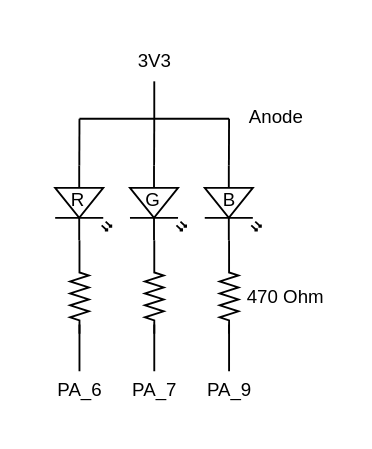
Above: Report/diagrams/RGB_circuit.drawio in Estelamb/NEST_ASP (draw.io), before the change. Source tidied: cells renumbered, new cells numbered last; positions are measured from the earlier drawing's top-left corner, leaving out a move shared by most shapes. Both pictures are drawn from the tidied source at 187%, with x=0, y=0 at pixel (32, 32).
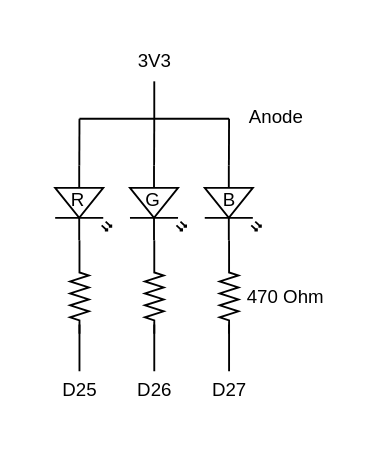
The same diagram, later.

Diff of the diagram source:
```diff
@@
-    <mxCell id="14" value="PA_6" style="text;html=1;align=center;verticalAlign=middle;points=[];strokeColor=none;fillColor=none;fontSize=10;" parent="1" vertex="1">
-      <mxGeometry y="176" width="50" height="30" as="geometry" />
+    <mxCell id="14" value="D25" style="text;html=1;align=center;verticalAlign=middle;points=[];strokeColor=none;fillColor=none;fontSize=10;" parent="1" vertex="1">
+      <mxGeometry x="5" y="176" width="40" height="30" as="geometry" />
     </mxCell>
-    <mxCell id="15" value="PA_7" style="text;html=1;align=center;verticalAlign=middle;points=[];strokeColor=none;fillColor=none;fontSize=10;" parent="1" vertex="1">
-      <mxGeometry x="40" y="176" width="50" height="30" as="geometry" />
+    <mxCell id="15" value="D26" style="text;html=1;align=center;verticalAlign=middle;points=[];strokeColor=none;fillColor=none;fontSize=10;" parent="1" vertex="1">
+      <mxGeometry x="45" y="176" width="40" height="30" as="geometry" />
     </mxCell>
-    <mxCell id="16" value="PA_9" style="text;html=1;align=center;verticalAlign=middle;points=[];strokeColor=none;fillColor=none;fontSize=10;" parent="1" vertex="1">
-      <mxGeometry x="80" y="176" width="50" height="30" as="geometry" />
+    <mxCell id="16" value="D27" style="text;html=1;align=center;verticalAlign=middle;points=[];strokeColor=none;fillColor=none;fontSize=10;" parent="1" vertex="1">
+      <mxGeometry x="85" y="176" width="40" height="30" as="geometry" />
     </mxCell>
```
